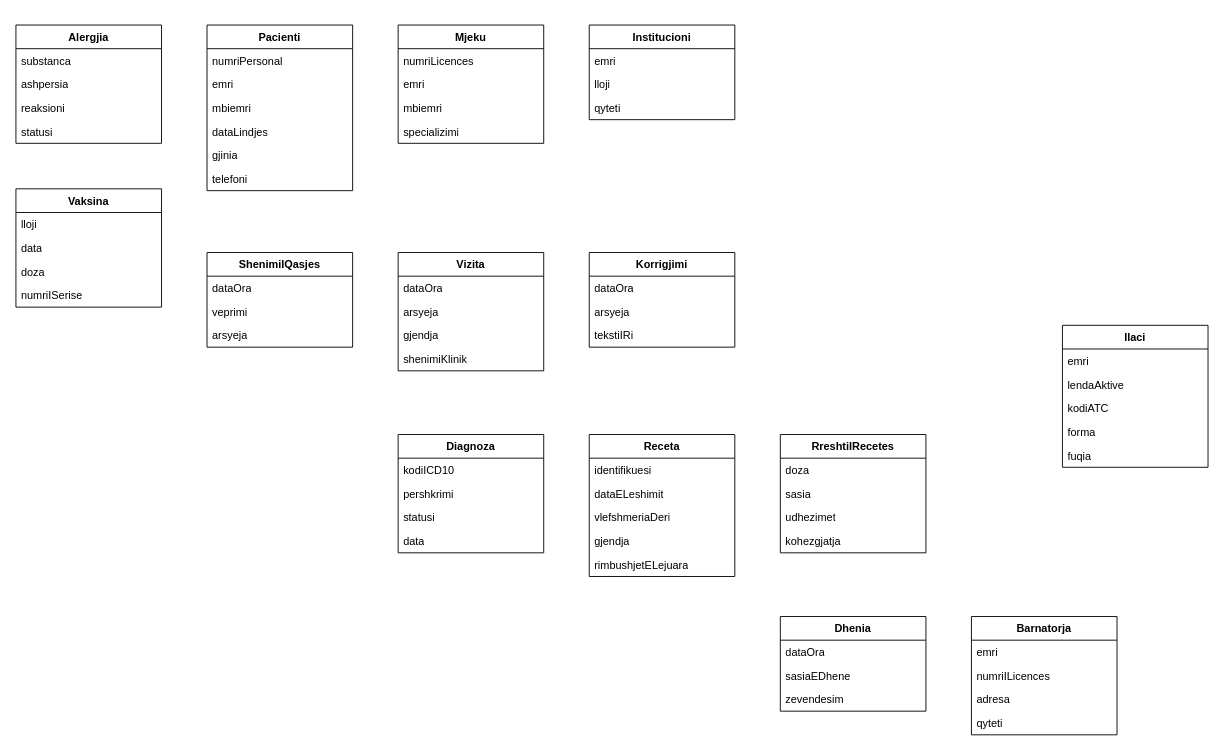
blendaarama/eKartela keeps this draw.io diagram as docs/ModeliKonceptual.drawio. Above is the earlier version. Source tidied: cells renumbered, new cells numbered last; positions are measured from the earlier drawing's top-left corner, leaving out a move shared by most shapes. Both pictures are drawn from the tidied source at 91%, with x=0, y=0 at pixel (15, 25).
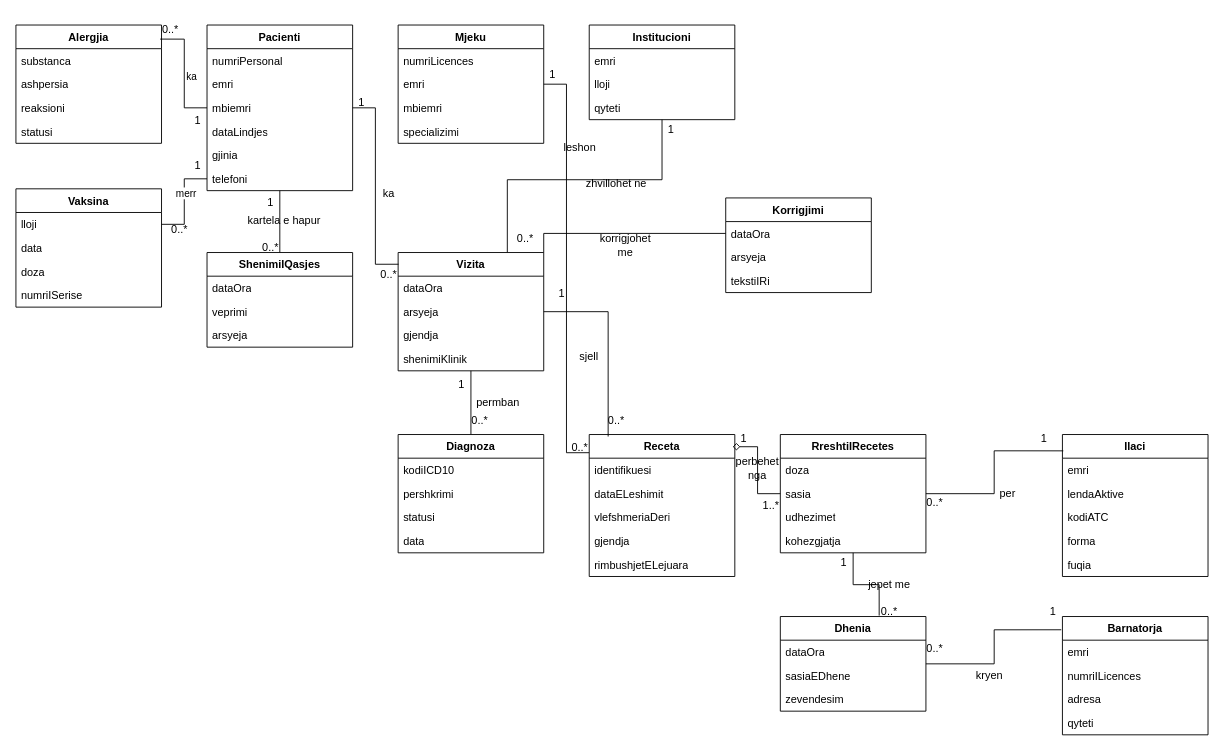
After the change.

Commit message (it also covers changes not shown here):
prova e lidhjev

Unchanged cells that the change refers to:
```xml
<mxCell id="2" value="Pacienti" style="swimlane;fontStyle=1;align=center;verticalAlign=top;horizontal=1;startSize=26;whiteSpace=wrap;html=1;" parent="1" vertex="1">
  <mxGeometry x="210" width="160" height="182" as="geometry" />
</mxCell>
<mxCell id="8" value="telefoni" style="text;strokeColor=none;fillColor=none;align=left;verticalAlign=top;spacingLeft=4;spacingRight=4;overflow=hidden;points=[[0,0.5],[1,0.5]];portConstraint=eastwest;whiteSpace=wrap;html=1;" parent="2" vertex="1">
  <mxGeometry y="156" width="160" height="26" as="geometry" />
</mxCell>
<mxCell id="9" value="Mjeku" style="swimlane;fontStyle=1;align=center;verticalAlign=top;horizontal=1;startSize=26;whiteSpace=wrap;html=1;" parent="1" vertex="1">
  <mxGeometry x="420" width="160" height="130" as="geometry" />
</mxCell>
<mxCell id="14" value="Institucioni" style="swimlane;fontStyle=1;align=center;verticalAlign=top;horizontal=1;startSize=26;whiteSpace=wrap;html=1;" parent="1" vertex="1">
  <mxGeometry x="630" width="160" height="104" as="geometry" />
</mxCell>
<mxCell id="18" value="Vizita" style="swimlane;fontStyle=1;align=center;verticalAlign=top;horizontal=1;startSize=26;whiteSpace=wrap;html=1;" parent="1" vertex="1">
  <mxGeometry x="420" y="250" width="160" height="130" as="geometry" />
</mxCell>
<mxCell id="23" value="Diagnoza" style="swimlane;fontStyle=1;align=center;verticalAlign=top;horizontal=1;startSize=26;whiteSpace=wrap;html=1;" parent="1" vertex="1">
  <mxGeometry x="420" y="450" width="160" height="130" as="geometry" />
</mxCell>
<mxCell id="28" value="Alergjia" style="swimlane;fontStyle=1;align=center;verticalAlign=top;horizontal=1;startSize=26;whiteSpace=wrap;html=1;" parent="1" vertex="1">
  <mxGeometry width="160" height="130" as="geometry" />
</mxCell>
<mxCell id="34" value="lloji" style="text;strokeColor=none;fillColor=none;align=left;verticalAlign=top;spacingLeft=4;spacingRight=4;overflow=hidden;points=[[0,0.5],[1,0.5]];portConstraint=eastwest;whiteSpace=wrap;html=1;" parent="33" vertex="1">
  <mxGeometry y="26" width="160" height="26" as="geometry" />
</mxCell>
<mxCell id="39" value="dataOra" style="text;strokeColor=none;fillColor=none;align=left;verticalAlign=top;spacingLeft=4;spacingRight=4;overflow=hidden;points=[[0,0.5],[1,0.5]];portConstraint=eastwest;whiteSpace=wrap;html=1;" parent="38" vertex="1">
  <mxGeometry y="26" width="160" height="26" as="geometry" />
</mxCell>
<mxCell id="42" value="ShenimiIQasjes" style="swimlane;fontStyle=1;align=center;verticalAlign=top;horizontal=1;startSize=26;whiteSpace=wrap;html=1;" parent="1" vertex="1">
  <mxGeometry x="210" y="250" width="160" height="104" as="geometry" />
</mxCell>
<mxCell id="46" value="Receta" style="swimlane;fontStyle=1;align=center;verticalAlign=top;horizontal=1;startSize=26;whiteSpace=wrap;html=1;" parent="1" vertex="1">
  <mxGeometry x="630" y="450" width="160" height="156" as="geometry" />
</mxCell>
<mxCell id="52" value="RreshtiIRecetes" style="swimlane;fontStyle=1;align=center;verticalAlign=top;horizontal=1;startSize=26;whiteSpace=wrap;html=1;" parent="1" vertex="1">
  <mxGeometry x="840" y="450" width="160" height="130" as="geometry" />
</mxCell>
<mxCell id="63" value="Dhenia" style="swimlane;fontStyle=1;align=center;verticalAlign=top;horizontal=1;startSize=26;whiteSpace=wrap;html=1;" parent="1" vertex="1">
  <mxGeometry x="840" y="650" width="160" height="104" as="geometry" />
</mxCell>
```

Change to the diagram source:
```diff
@@
+    <mxCell id="72" style="edgeStyle=orthogonalEdgeStyle;rounded=0;jettySize=auto;html=1;entryX=0.5;entryY=0;entryDx=0;entryDy=0;endArrow=none;endFill=0;" parent="1" edge="1" source="2" target="42">
+      <mxGeometry relative="1" as="geometry" />
+    </mxCell>
@@
+    <mxCell id="73" style="edgeStyle=orthogonalEdgeStyle;rounded=0;jettySize=auto;html=1;entryX=0;entryY=0.128;entryDx=0;entryDy=0;entryPerimeter=0;endArrow=none;endFill=0;" parent="1" edge="1" source="9" target="46">
+      <mxGeometry relative="1" as="geometry" />
+    </mxCell>
@@
+    <mxCell id="74" style="edgeStyle=orthogonalEdgeStyle;rounded=0;jettySize=auto;html=1;entryX=0.75;entryY=0;entryDx=0;entryDy=0;endArrow=none;endFill=0;" parent="1" edge="1" source="14" target="18">
+      <mxGeometry relative="1" as="geometry">
+        <Array as="points">
+          <mxPoint x="710" y="170" />
+          <mxPoint x="540" y="170" />
+        </Array>
+      </mxGeometry>
+    </mxCell>
@@
+    <mxCell id="75" style="edgeStyle=orthogonalEdgeStyle;rounded=0;jettySize=auto;html=1;entryX=0.5;entryY=0;entryDx=0;entryDy=0;endArrow=none;endFill=0;" parent="1" edge="1" source="18" target="23">
+      <mxGeometry relative="1" as="geometry" />
+    </mxCell>
@@
     <mxCell id="38" value="Korrigjimi" style="swimlane;fontStyle=1;align=center;verticalAlign=top;horizontal=1;startSize=26;whiteSpace=wrap;html=1;" parent="1" vertex="1">
-      <mxGeometry x="630" y="250" width="160" height="104" as="geometry" />
+      <mxGeometry x="780" y="190" width="160" height="104" as="geometry" />
     </mxCell>
@@
     <mxCell id="57" value="Ilaci" style="swimlane;fontStyle=1;align=center;verticalAlign=top;horizontal=1;startSize=26;whiteSpace=wrap;html=1;" parent="1" vertex="1">
-      <mxGeometry x="1150" y="330" width="160" height="156" as="geometry" />
+      <mxGeometry x="1150" y="450" width="160" height="156" as="geometry" />
     </mxCell>
@@
     <mxCell id="67" value="Barnatorja" style="swimlane;fontStyle=1;align=center;verticalAlign=top;horizontal=1;startSize=26;whiteSpace=wrap;html=1;" parent="1" vertex="1">
-      <mxGeometry x="1050" y="650" width="160" height="130" as="geometry" />
+      <mxGeometry x="1150" y="650" width="160" height="130" as="geometry" />
     </mxCell>
@@
-    <mxCell id="71" value="qyteti" style="text;strokeColor=none;fillColor=none;align=left;verticalAlign=top;spacingLeft=4;spacingRight=4;overflow=hidden;whiteSpace=wrap;html=1;" parent="67" vertex="1">
+    <mxCell id="71" value="qyteti&lt;div&gt;&lt;br&gt;&lt;/div&gt;" style="text;strokeColor=none;fillColor=none;align=left;verticalAlign=top;spacingLeft=4;spacingRight=4;overflow=hidden;whiteSpace=wrap;html=1;" parent="67" vertex="1">
       <mxGeometry y="104" width="160" height="26" as="geometry" />
     </mxCell>
+    <mxCell id="76" style="edgeStyle=orthogonalEdgeStyle;rounded=0;jettySize=auto;html=1;entryX=0.003;entryY=0.099;entryDx=0;entryDy=0;entryPerimeter=0;endArrow=none;endFill=0;" parent="1" edge="1" source="2" target="18">
+      <mxGeometry relative="1" as="geometry" />
+    </mxCell>
+    <mxCell id="77" value="ka" style="text;html=1;whiteSpace=wrap;strokeColor=none;fillColor=none;align=center;verticalAlign=middle;rounded=0;" parent="1" vertex="1">
+      <mxGeometry x="380" y="170" width="60" height="30" as="geometry" />
+    </mxCell>
+    <mxCell id="78" value="1" style="text;html=1;whiteSpace=wrap;strokeColor=none;fillColor=none;align=center;verticalAlign=middle;rounded=0;" parent="1" vertex="1">
+      <mxGeometry x="350" y="70" width="60" height="30" as="geometry" />
+    </mxCell>
+    <mxCell id="79" value="0..*" style="text;html=1;whiteSpace=wrap;strokeColor=none;fillColor=none;align=center;verticalAlign=middle;rounded=0;" parent="1" vertex="1">
+      <mxGeometry x="380" y="260" width="60" height="30" as="geometry" />
+    </mxCell>
+    <mxCell id="80" style="edgeStyle=orthogonalEdgeStyle;rounded=0;jettySize=auto;html=1;entryX=0.991;entryY=0.119;entryDx=0;entryDy=0;entryPerimeter=0;endArrow=none;endFill=0;" parent="1" edge="1" source="2" target="28">
+      <mxGeometry relative="1" as="geometry" />
+    </mxCell>
+    <mxCell id="81" value="ka" style="edgeLabel;html=1;align=center;verticalAlign=middle;" parent="80" vertex="1">
+      <mxGeometry x="0.58" y="-4" relative="1" as="geometry">
+        <mxPoint x="3" y="40" as="offset" />
+      </mxGeometry>
+    </mxCell>
+    <mxCell id="82" value="0..*" style="text;html=1;whiteSpace=wrap;strokeColor=none;fillColor=none;align=center;verticalAlign=middle;rounded=0;" parent="1" vertex="1">
+      <mxGeometry x="140" y="-10" width="60" height="30" as="geometry" />
+    </mxCell>
+    <mxCell id="83" value="1" style="text;html=1;whiteSpace=wrap;strokeColor=none;fillColor=none;align=center;verticalAlign=middle;rounded=0;" parent="1" vertex="1">
+      <mxGeometry x="170" y="90" width="60" height="30" as="geometry" />
+    </mxCell>
+    <mxCell id="84" style="edgeStyle=orthogonalEdgeStyle;rounded=0;jettySize=auto;html=1;entryX=1;entryY=0.5;entryDx=0;entryDy=0;endArrow=none;endFill=0;" parent="1" edge="1" source="8" target="34">
+      <mxGeometry relative="1" as="geometry" />
+    </mxCell>
+    <mxCell id="85" value="merr" style="edgeLabel;html=1;align=center;verticalAlign=middle;" parent="84" vertex="1">
+      <mxGeometry x="-0.21" y="1" relative="1" as="geometry" />
+    </mxCell>
+    <mxCell id="86" value="1" style="text;html=1;whiteSpace=wrap;strokeColor=none;fillColor=none;align=center;verticalAlign=middle;rounded=0;" parent="1" vertex="1">
+      <mxGeometry x="170" y="140" width="60" height="30" as="geometry" />
+    </mxCell>
+    <mxCell id="87" value="0..*" style="text;html=1;whiteSpace=wrap;strokeColor=none;fillColor=none;align=center;verticalAlign=middle;rounded=0;" parent="1" vertex="1">
+      <mxGeometry x="150" y="210" width="60" height="30" as="geometry" />
+    </mxCell>
+    <mxCell id="88" value="kartela e hapur" style="text;html=1;whiteSpace=wrap;strokeColor=none;fillColor=none;align=center;verticalAlign=middle;rounded=0;" parent="1" vertex="1">
+      <mxGeometry x="240" y="200" width="110" height="30" as="geometry" />
+    </mxCell>
+    <mxCell id="89" value="1" style="text;html=1;whiteSpace=wrap;strokeColor=none;fillColor=none;align=center;verticalAlign=middle;rounded=0;" parent="1" vertex="1">
+      <mxGeometry x="250" y="180" width="60" height="30" as="geometry" />
+    </mxCell>
+    <mxCell id="90" value="0..*" style="text;html=1;whiteSpace=wrap;strokeColor=none;fillColor=none;align=center;verticalAlign=middle;rounded=0;" parent="1" vertex="1">
+      <mxGeometry x="250" y="230" width="60" height="30" as="geometry" />
+    </mxCell>
+    <mxCell id="91" value="1" style="text;html=1;whiteSpace=wrap;strokeColor=none;fillColor=none;align=center;verticalAlign=middle;rounded=0;" parent="1" vertex="1">
+      <mxGeometry x="690" y="100" width="60" height="30" as="geometry" />
+    </mxCell>
+    <mxCell id="92" value="0..*" style="text;html=1;whiteSpace=wrap;strokeColor=none;fillColor=none;align=center;verticalAlign=middle;rounded=0;" parent="1" vertex="1">
+      <mxGeometry x="530" y="220" width="60" height="30" as="geometry" />
+    </mxCell>
+    <mxCell id="93" value="zhvillohet ne" style="text;html=1;whiteSpace=wrap;strokeColor=none;fillColor=none;align=center;verticalAlign=middle;rounded=0;" parent="1" vertex="1">
+      <mxGeometry x="620" y="160" width="80" height="30" as="geometry" />
+    </mxCell>
+    <mxCell id="94" value="0..*" style="text;html=1;whiteSpace=wrap;strokeColor=none;fillColor=none;align=center;verticalAlign=middle;rounded=0;" parent="1" vertex="1">
+      <mxGeometry x="480" y="420" width="60" height="30" as="geometry" />
+    </mxCell>
+    <mxCell id="95" value="1" style="text;html=1;whiteSpace=wrap;strokeColor=none;fillColor=none;align=center;verticalAlign=middle;rounded=0;" parent="1" vertex="1">
+      <mxGeometry x="460" y="380" width="60" height="30" as="geometry" />
+    </mxCell>
+    <mxCell id="96" value="permban" style="text;html=1;whiteSpace=wrap;strokeColor=none;fillColor=none;align=center;verticalAlign=middle;rounded=0;" parent="1" vertex="1">
+      <mxGeometry x="500" y="400" width="60" height="30" as="geometry" />
+    </mxCell>
+    <mxCell id="97" style="edgeStyle=orthogonalEdgeStyle;rounded=0;jettySize=auto;html=1;entryX=0.13;entryY=0.014;entryDx=0;entryDy=0;entryPerimeter=0;endArrow=none;endFill=0;" parent="1" edge="1" source="18" target="46">
+      <mxGeometry relative="1" as="geometry" />
+    </mxCell>
+    <mxCell id="98" value="1" style="text;html=1;whiteSpace=wrap;strokeColor=none;fillColor=none;align=center;verticalAlign=middle;rounded=0;" parent="1" vertex="1">
+      <mxGeometry x="570" y="280" width="60" height="30" as="geometry" />
+    </mxCell>
+    <mxCell id="99" value="0..*" style="text;html=1;whiteSpace=wrap;strokeColor=none;fillColor=none;align=center;verticalAlign=middle;rounded=0;" parent="1" vertex="1">
+      <mxGeometry x="630" y="420" width="60" height="30" as="geometry" />
+    </mxCell>
+    <mxCell id="100" value="sjell" style="text;html=1;whiteSpace=wrap;strokeColor=none;fillColor=none;align=center;verticalAlign=middle;rounded=0;" parent="1" vertex="1">
+      <mxGeometry x="600" y="350" width="60" height="30" as="geometry" />
+    </mxCell>
+    <mxCell id="101" value="0..*" style="text;html=1;whiteSpace=wrap;strokeColor=none;fillColor=none;align=center;verticalAlign=middle;rounded=0;" parent="1" vertex="1">
+      <mxGeometry x="590" y="450" width="60" height="30" as="geometry" />
+    </mxCell>
+    <mxCell id="102" value="1" style="text;html=1;whiteSpace=wrap;strokeColor=none;fillColor=none;align=center;verticalAlign=middle;rounded=0;" parent="1" vertex="1">
+      <mxGeometry x="560" y="40" width="60" height="30" as="geometry" />
+    </mxCell>
+    <mxCell id="103" style="edgeStyle=orthogonalEdgeStyle;rounded=0;jettySize=auto;html=1;entryX=0.985;entryY=0.086;entryDx=0;entryDy=0;entryPerimeter=0;endArrow=diamond;endFill=0;" parent="1" edge="1" source="52" target="46">
+      <mxGeometry relative="1" as="geometry" />
+    </mxCell>
+    <mxCell id="104" value="1" style="text;html=1;whiteSpace=wrap;strokeColor=none;fillColor=none;align=center;verticalAlign=middle;rounded=0;" parent="1" vertex="1">
+      <mxGeometry x="770" y="440" width="60" height="30" as="geometry" />
+    </mxCell>
+    <mxCell id="105" value="1..*" style="text;html=1;whiteSpace=wrap;strokeColor=none;fillColor=none;align=center;verticalAlign=middle;rounded=0;" parent="1" vertex="1">
+      <mxGeometry x="800" y="513" width="60" height="30" as="geometry" />
+    </mxCell>
+    <mxCell id="106" style="edgeStyle=orthogonalEdgeStyle;rounded=0;jettySize=auto;html=1;entryX=0.679;entryY=-0.01;entryDx=0;entryDy=0;entryPerimeter=0;endArrow=none;endFill=0;" parent="1" edge="1" source="52" target="63">
+      <mxGeometry relative="1" as="geometry" />
+    </mxCell>
+    <mxCell id="107" value="perbehet nga" style="text;html=1;whiteSpace=wrap;strokeColor=none;fillColor=none;align=center;verticalAlign=middle;rounded=0;" parent="1" vertex="1">
+      <mxGeometry x="810" y="483" width="10" height="7" as="geometry" />
+    </mxCell>
+    <mxCell id="108" value="leshon" style="text;html=1;whiteSpace=wrap;strokeColor=none;fillColor=none;align=center;verticalAlign=middle;rounded=0;" parent="1" vertex="1">
+      <mxGeometry x="590" y="120" width="60" height="30" as="geometry" />
+    </mxCell>
+    <mxCell id="109" value="jepet me" style="text;html=1;whiteSpace=wrap;strokeColor=none;fillColor=none;align=center;verticalAlign=middle;rounded=0;" parent="1" vertex="1">
+      <mxGeometry x="930" y="600" width="60" height="30" as="geometry" />
+    </mxCell>
+    <mxCell id="110" value="1" style="text;html=1;whiteSpace=wrap;strokeColor=none;fillColor=none;align=center;verticalAlign=middle;rounded=0;" parent="1" vertex="1">
+      <mxGeometry x="880" y="576" width="60" height="30" as="geometry" />
+    </mxCell>
+    <mxCell id="111" value="0..*" style="text;html=1;whiteSpace=wrap;strokeColor=none;fillColor=none;align=center;verticalAlign=middle;rounded=0;" parent="1" vertex="1">
+      <mxGeometry x="930" y="630" width="60" height="30" as="geometry" />
+    </mxCell>
+    <mxCell id="112" style="edgeStyle=orthogonalEdgeStyle;rounded=0;jettySize=auto;html=1;entryX=-0.008;entryY=0.112;entryDx=0;entryDy=0;entryPerimeter=0;endArrow=none;endFill=0;" parent="1" edge="1" source="63" target="67">
+      <mxGeometry relative="1" as="geometry" />
+    </mxCell>
+    <mxCell id="113" value="0..*" style="text;html=1;whiteSpace=wrap;strokeColor=none;fillColor=none;align=center;verticalAlign=middle;rounded=0;" parent="1" vertex="1">
+      <mxGeometry x="980" y="670" width="60" height="30" as="geometry" />
+    </mxCell>
+    <mxCell id="114" value="1" style="text;html=1;whiteSpace=wrap;strokeColor=none;fillColor=none;align=center;verticalAlign=middle;rounded=0;" parent="1" vertex="1">
+      <mxGeometry x="1110" y="630" width="60" height="30" as="geometry" />
+    </mxCell>
+    <mxCell id="115" value="kryen" style="text;html=1;whiteSpace=wrap;strokeColor=none;fillColor=none;align=center;verticalAlign=middle;rounded=0;" parent="1" vertex="1">
+      <mxGeometry x="1040" y="700" width="60" height="30" as="geometry" />
+    </mxCell>
+    <mxCell id="116" style="edgeStyle=orthogonalEdgeStyle;rounded=0;jettySize=auto;html=1;entryX=0.006;entryY=0.115;entryDx=0;entryDy=0;entryPerimeter=0;endArrow=none;endFill=0;" parent="1" edge="1" source="52" target="57">
+      <mxGeometry relative="1" as="geometry" />
+    </mxCell>
+    <mxCell id="117" value="1" style="text;html=1;whiteSpace=wrap;strokeColor=none;fillColor=none;align=center;verticalAlign=middle;rounded=0;" parent="1" vertex="1">
+      <mxGeometry x="1100" y="440" width="60" height="30" as="geometry" />
+    </mxCell>
+    <mxCell id="118" value="0..*" style="text;html=1;whiteSpace=wrap;strokeColor=none;fillColor=none;align=center;verticalAlign=middle;rounded=0;" parent="1" vertex="1">
+      <mxGeometry x="980" y="510" width="60" height="30" as="geometry" />
+    </mxCell>
+    <mxCell id="119" value="per" style="text;html=1;whiteSpace=wrap;strokeColor=none;fillColor=none;align=center;verticalAlign=middle;rounded=0;" parent="1" vertex="1">
+      <mxGeometry x="1060" y="500" width="60" height="30" as="geometry" />
+    </mxCell>
+    <mxCell id="120" style="edgeStyle=orthogonalEdgeStyle;rounded=0;jettySize=auto;html=1;entryX=1;entryY=0;entryDx=0;entryDy=0;endArrow=none;endFill=0;" parent="1" edge="1" source="39" target="18">
+      <mxGeometry relative="1" as="geometry" />
+    </mxCell>
+    <mxCell id="121" value="korrigjohet me" style="text;html=1;whiteSpace=wrap;strokeColor=none;fillColor=none;align=center;verticalAlign=middle;rounded=0;" parent="1" vertex="1">
+      <mxGeometry x="640" y="227" width="60" height="30" as="geometry" />
+    </mxCell>
```
